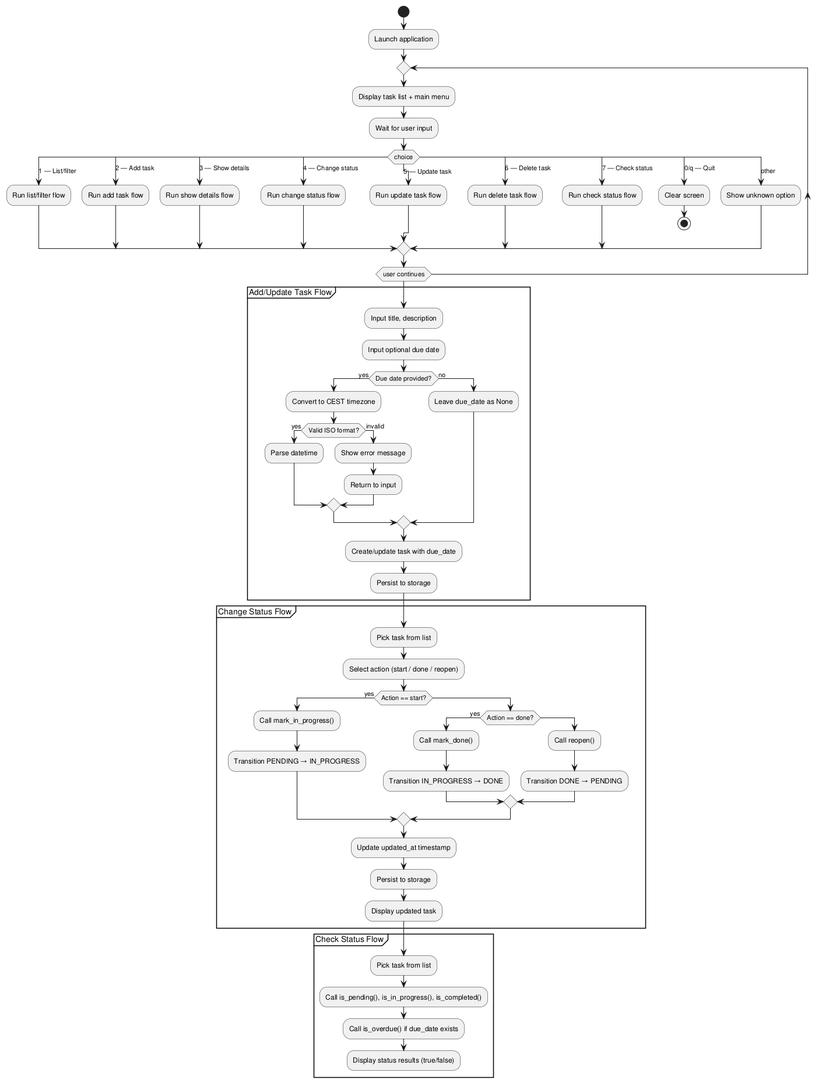
Above: experiments/supervisor_as_tools/user_stories/TODO/artifacts/activity_diagram.png in DanielRiha8906/Software_autoevolution_using_agents (PlantUML), before the change.
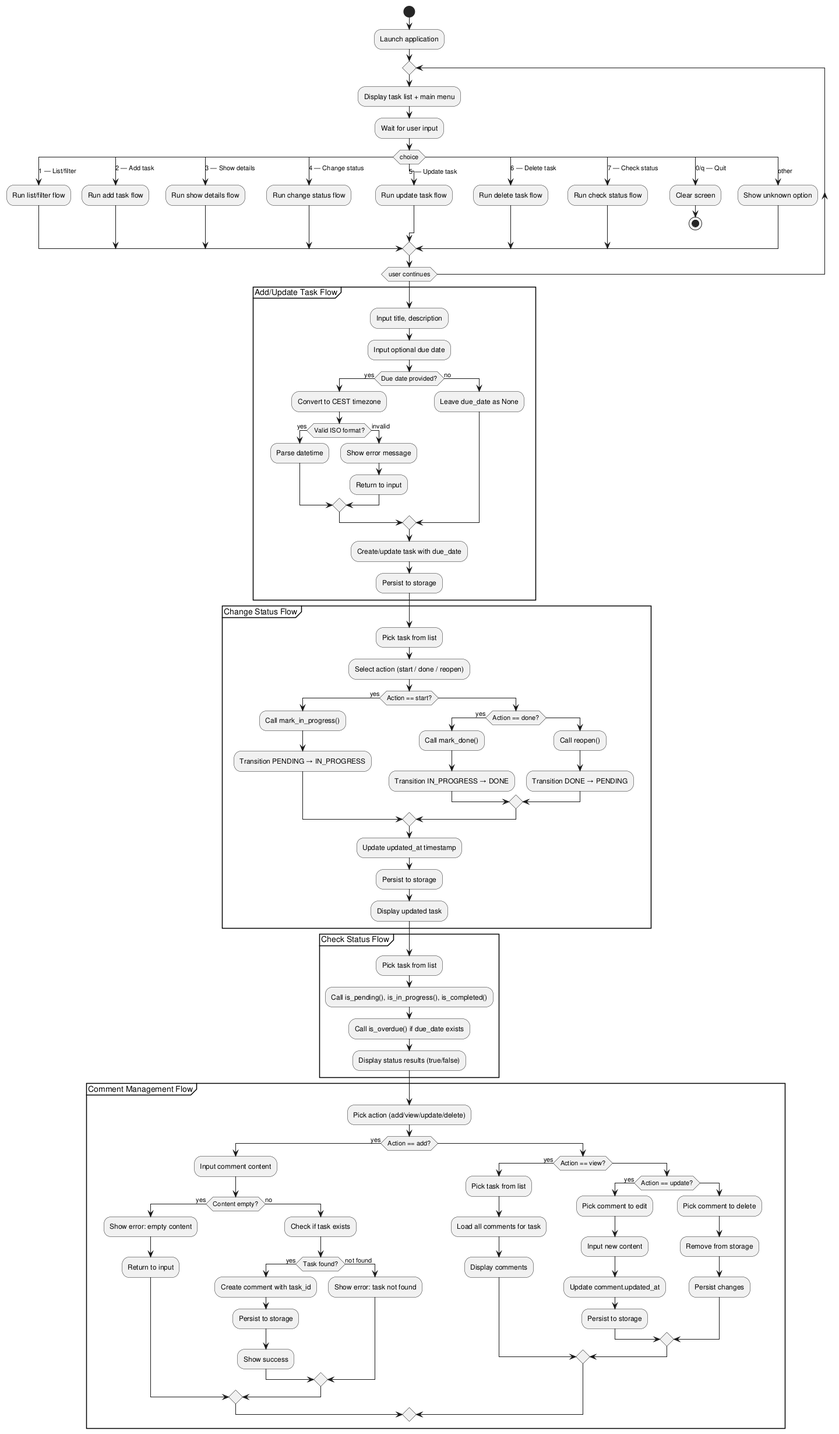
The same file after the commit.

The edit, as a diff of the source:
```diff
@@ -76,4 +76,41 @@
   :Display status results (true/false);
 }
 
+partition "Comment Management Flow" {
+  :Pick action (add/view/update/delete);
+  if (Action == add?) then (yes)
+    :Input comment content;
+    if (Content empty?) then (yes)
+      :Show error: empty content;
+      :Return to input;
+    else (no)
+      :Check if task exists;
+      if (Task found?) then (yes)
+        :Create comment with task_id;
+        :Persist to storage;
+        :Show success;
+      else (not found)
+        :Show error: task not found;
+      endif
+    endif
+  else
+    if (Action == view?) then (yes)
+      :Pick task from list;
+      :Load all comments for task;
+      :Display comments;
+    else
+      if (Action == update?) then (yes)
+        :Pick comment to edit;
+        :Input new content;
+        :Update comment.updated_at;
+        :Persist to storage;
+      else
+        :Pick comment to delete;
+        :Remove from storage;
+        :Persist changes;
+      endif
+    endif
+  endif
+}
+
 @enduml
```
